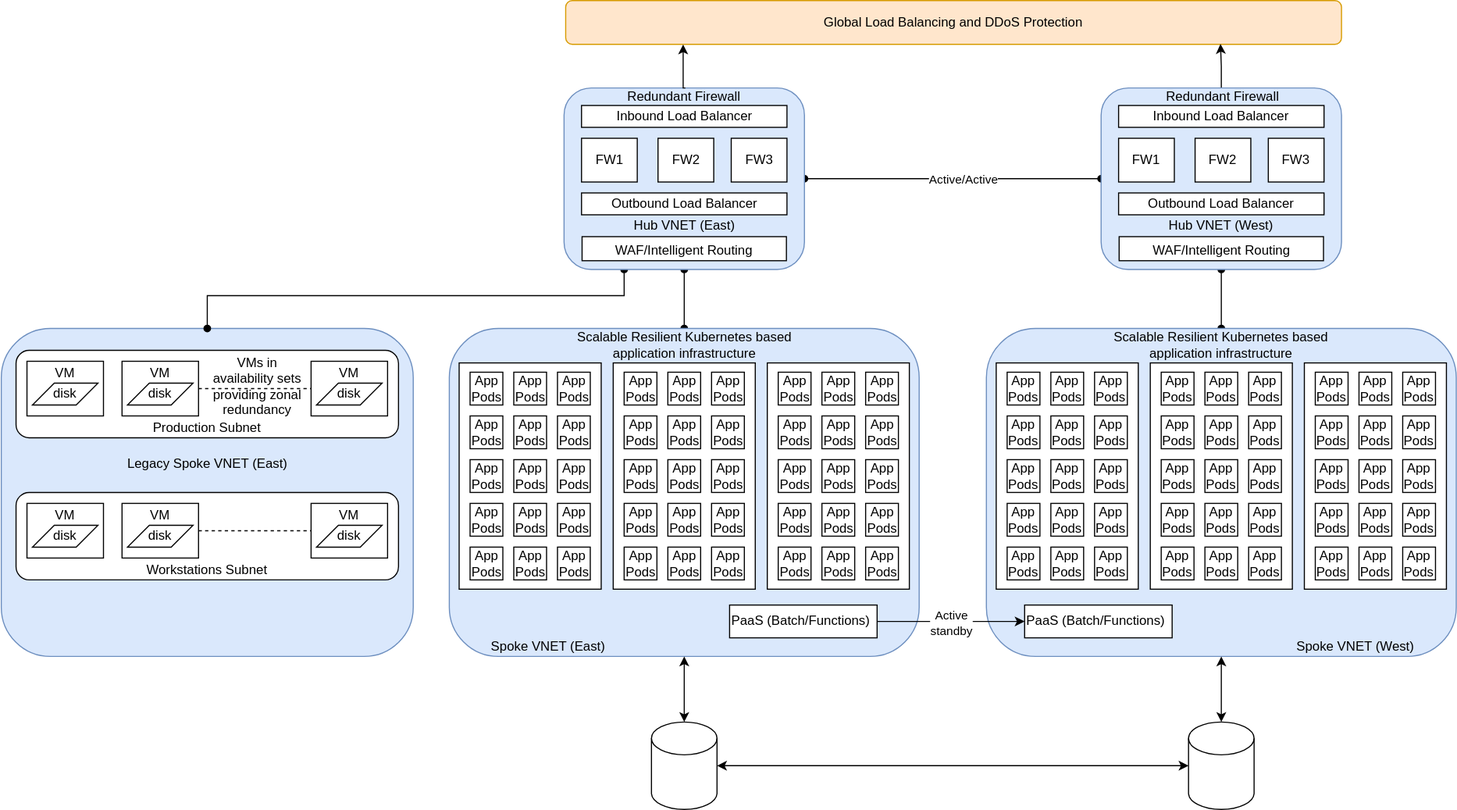
The draw.io diagram dr/futurestate.svg in vjavle/invoicecloud, before a commit. Source tidied: cells renumbered, new cells last; positions are measured from the earlier drawing's top-left corner, leaving out a move shared by most shapes.
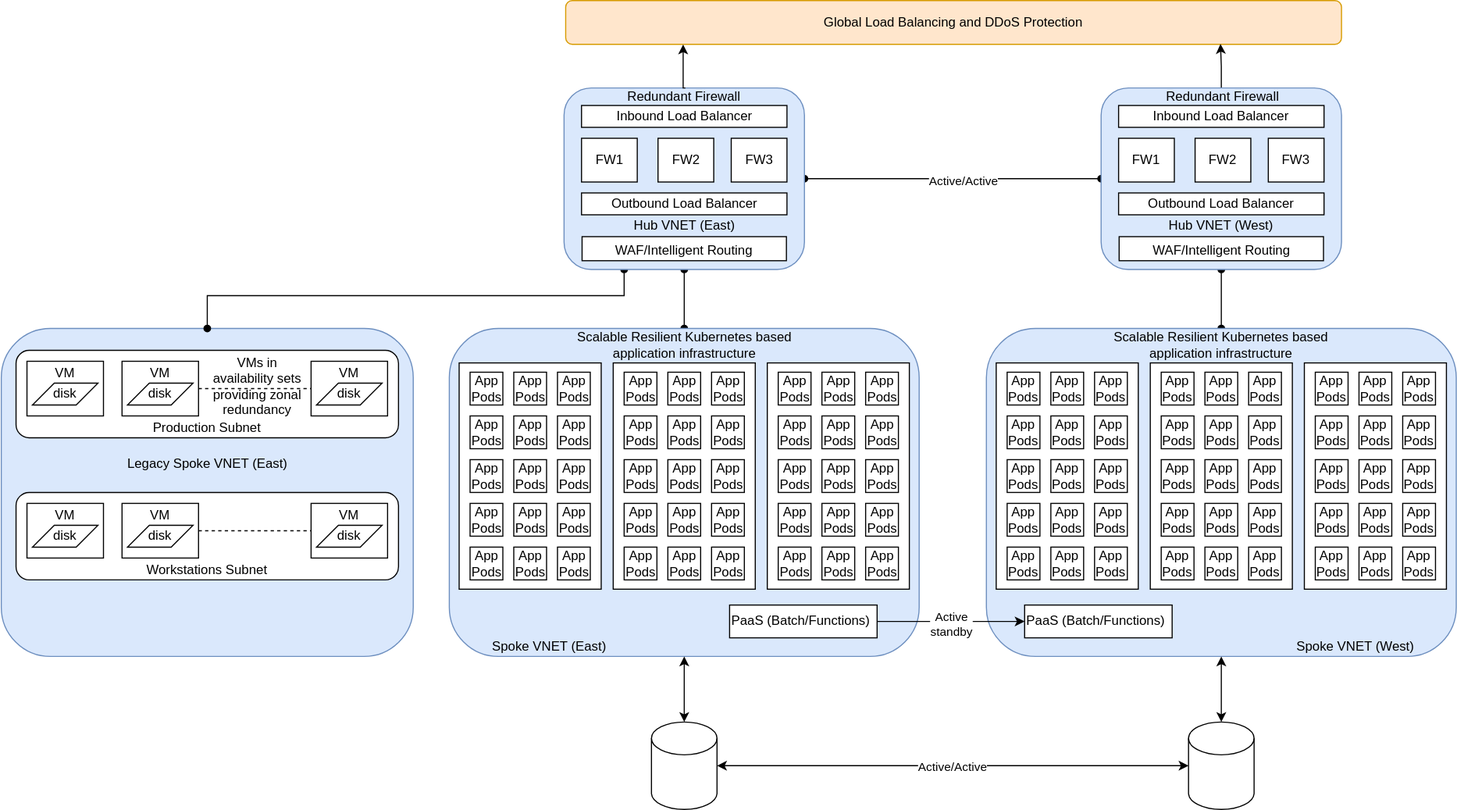
After the change.

Change to the diagram source:
```diff
@@ -454,6 +454,11 @@
     <mxCell id="151" style="edgeStyle=orthogonalEdgeStyle;rounded=0;jettySize=auto;html=1;startArrow=classic;startFill=1;endArrow=classic;endFill=1;" parent="1" edge="1" source="154" target="156">
       <mxGeometry relative="1" as="geometry" />
     </mxCell>
+    <mxCell id="178" value="Active/Active" style="edgeLabel;html=1;align=center;verticalAlign=middle;" parent="151" vertex="1">
+      <mxGeometry x="-0.09" relative="1" as="geometry">
+        <mxPoint x="18" as="offset" />
+      </mxGeometry>
+    </mxCell>
     <mxCell id="152" style="endArrow=oval;html=1;rounded=0;edgeStyle=orthogonalEdgeStyle;entryX=0.25;entryY=1;entryDx=0;entryDy=0;endFill=1;startArrow=oval;startFill=1;" parent="1" edge="1" target="160">
       <mxGeometry relative="1" as="geometry">
         <mxPoint x="188" y="300" as="sourcePoint" />
```
